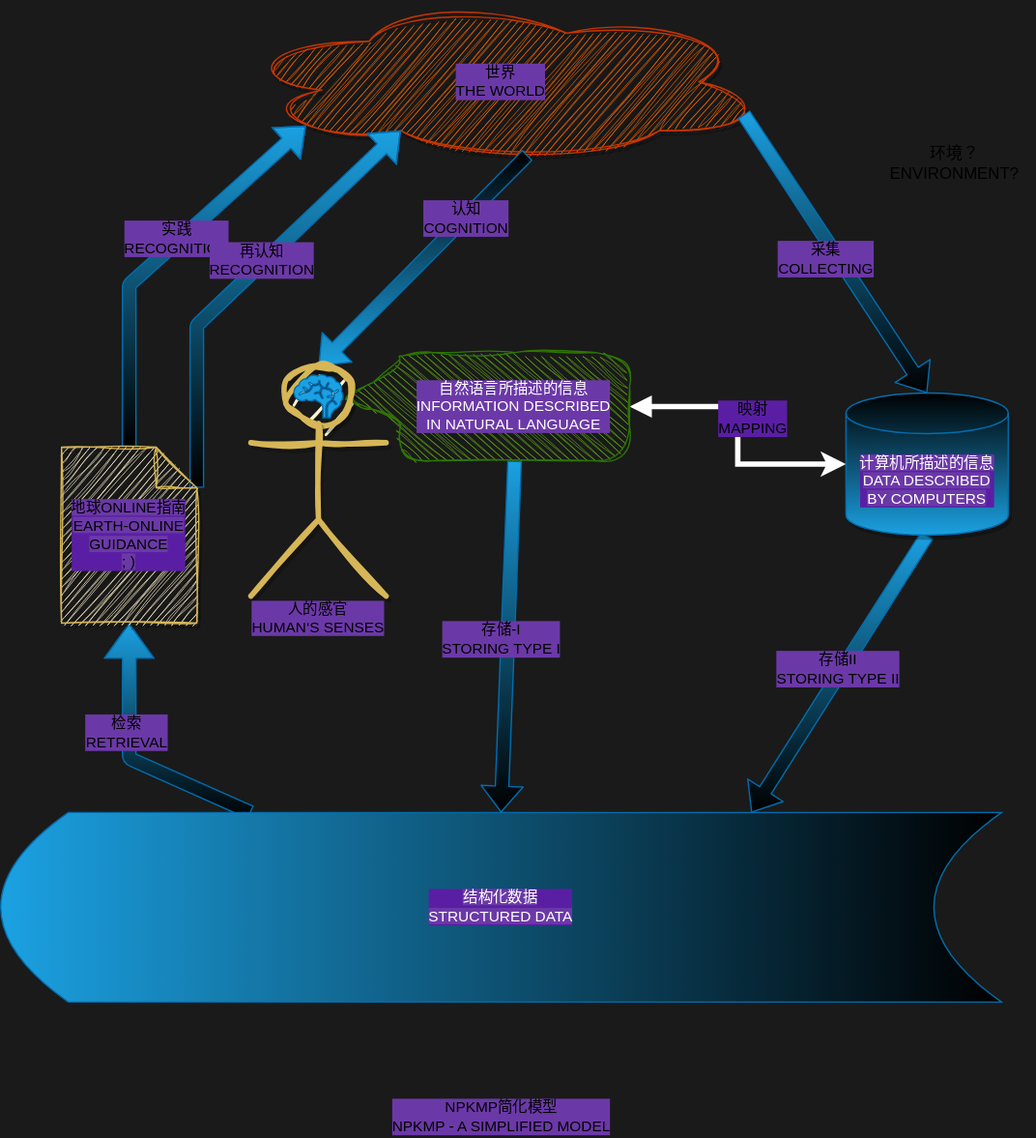
This is source/media/npkmp-simp.drawio.svg from noisnemid/noisnemid.github.io, a draw.io export, as it was before one commit. Source tidied: cells renumbered, new cells last; positions are measured from the earlier drawing's top-left corner, leaving out a move shared by most shapes.
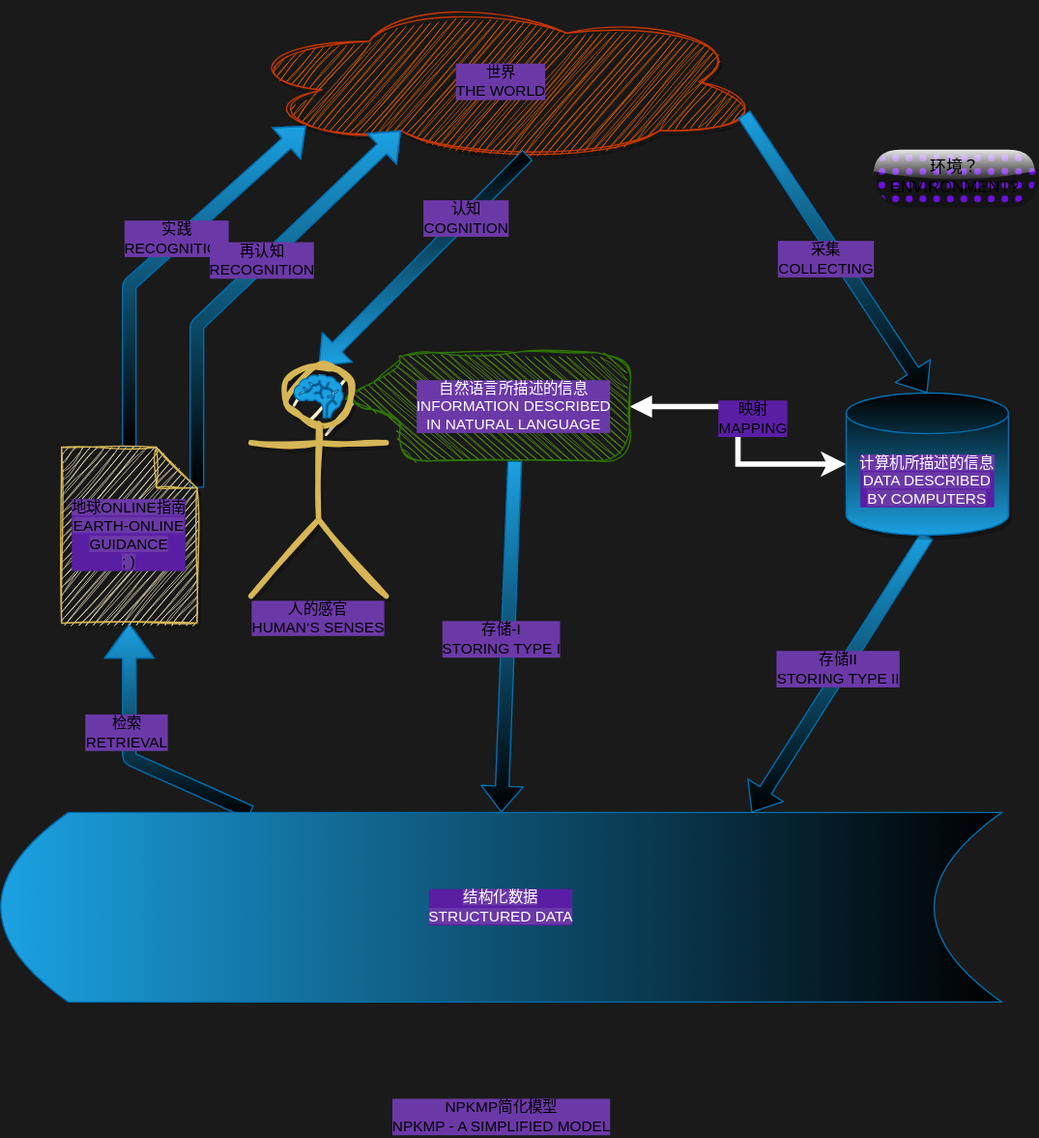
The same diagram one commit later.

Change to the diagram source:
```diff
@@ -97,8 +97,8 @@
     <mxCell id="26" value="&lt;span style=&quot;color: rgb(255, 255, 255); font-size: 11px; background-color: rgb(107, 57, 167);&quot;&gt;结构化数据&lt;/span&gt;&lt;br style=&quot;color: rgb(255, 255, 255); font-size: 11px;&quot;&gt;&lt;span style=&quot;color: rgb(255, 255, 255); font-size: 11px; background-color: rgb(107, 57, 167);&quot;&gt;STRUCTURED DATA&lt;/span&gt;" style="shape=dataStorage;whiteSpace=wrap;html=1;fixedSize=1;rounded=1;shadow=0;labelBackgroundColor=#5a1ea4;labelBorderColor=none;fillStyle=solid;strokeColor=#006EAF;strokeWidth=1;fontSize=11;fillColor=#1ba1e2;gradientDirection=east;size=49.999999999999545;fontColor=#ffffff;gradientColor=default;" parent="1" vertex="1">
       <mxGeometry y="600" width="740" height="140" as="geometry" />
     </mxCell>
-    <mxCell id="27" value="环境？&lt;br&gt;ENVIRONMENT?" style="text;html=1;align=center;verticalAlign=middle;strokeColor=none;fillColor=none;" parent="1" vertex="1">
-      <mxGeometry x="645" y="100" width="120" height="40" as="geometry" />
+    <mxCell id="27" value="环境？&lt;br&gt;ENVIRONMENT?" style="text;html=1;align=center;verticalAlign=middle;strokeColor=none;fillColor=#6d10e0;rounded=1;glass=1;shadow=1;fillStyle=dots;strokeWidth=0;arcSize=50;" parent="1" vertex="1">
+      <mxGeometry x="645" y="110" width="120" height="40" as="geometry" />
     </mxCell>
   </root>
 </mxGraphModel>
```
